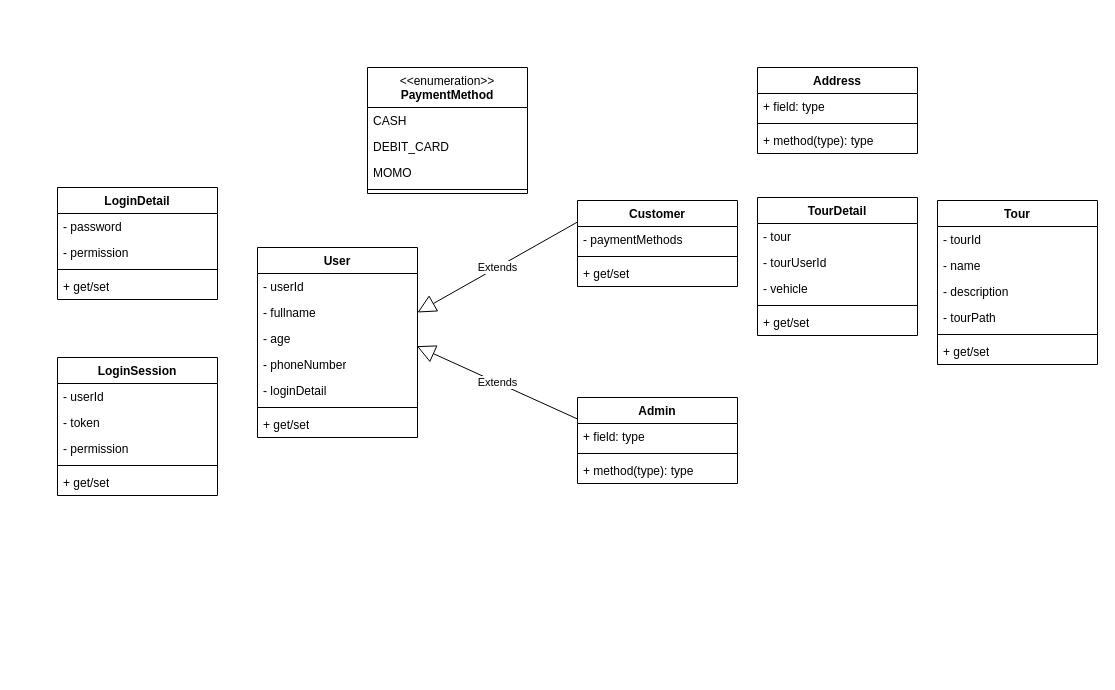
Before: page "Class Diagram (Backend)" (3 of 6) of document/diagram.drawio in BlenDMinh/SaigonTour, a draw.io diagram. Source tidied: cells renumbered, new cells numbered last; positions are measured from the earlier drawing's top-left corner, leaving out a move shared by most shapes. Both pictures are drawn from the tidied source at 100%, with x=0, y=0 at pixel (57, 67).
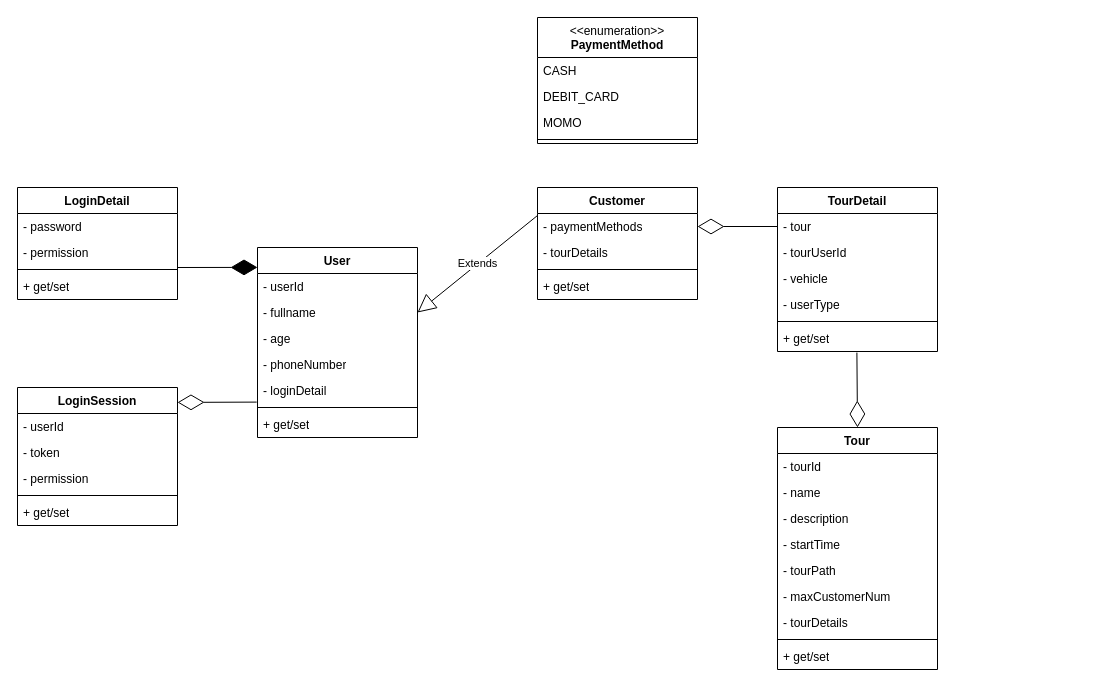
The same page after the edit.

Unchanged cells that the change refers to:
```xml
<mxCell id="35" value="- age" style="text;strokeColor=none;fillColor=none;align=left;verticalAlign=top;spacingLeft=4;spacingRight=4;overflow=hidden;points=[[0,0.5],[1,0.5]];portConstraint=eastwest;whiteSpace=wrap;html=1;" parent="32" vertex="1">
  <mxGeometry y="78" width="160" height="26" as="geometry" />
</mxCell>
```

What changed in the source:
```diff
@@
     <mxCell id="2" value="Customer" style="swimlane;fontStyle=1;align=center;verticalAlign=top;horizontal=1;startSize=26;whiteSpace=wrap;html=1;" parent="1" vertex="1">
-      <mxGeometry x="520" y="133" width="160" height="86" as="geometry" />
+      <mxGeometry x="480" y="120" width="160" height="112" as="geometry" />
     </mxCell>
@@
+    <mxCell id="53" value="- tourDetails" style="text;strokeColor=none;fillColor=none;align=left;verticalAlign=top;spacingLeft=4;spacingRight=4;overflow=hidden;whiteSpace=wrap;html=1;" parent="2" vertex="1">
+      <mxGeometry y="52" width="160" height="26" as="geometry" />
+    </mxCell>
     <mxCell id="4" style="line;strokeWidth=1;fillColor=none;align=left;verticalAlign=middle;spacingTop=-1;spacingLeft=3;spacingRight=3;labelPosition=right;strokeColor=inherit;" parent="2" vertex="1">
-      <mxGeometry y="52" width="160" height="8" as="geometry" />
+      <mxGeometry y="78" width="160" height="8" as="geometry" />
     </mxCell>
     <mxCell id="5" value="+ get/set" style="text;strokeColor=none;fillColor=none;align=left;verticalAlign=top;spacingLeft=4;spacingRight=4;overflow=hidden;whiteSpace=wrap;html=1;" parent="2" vertex="1">
-      <mxGeometry y="60" width="160" height="26" as="geometry" />
+      <mxGeometry y="86" width="160" height="26" as="geometry" />
     </mxCell>
     <mxCell id="6" value="Tour" style="swimlane;fontStyle=1;align=center;verticalAlign=top;horizontal=1;startSize=26;whiteSpace=wrap;html=1;" parent="1" vertex="1">
-      <mxGeometry x="880" y="133" width="160" height="164" as="geometry" />
+      <mxGeometry x="720" y="360" width="160" height="242" as="geometry" />
     </mxCell>
@@
+    <mxCell id="54" value="- startTime" style="text;strokeColor=none;fillColor=none;align=left;verticalAlign=top;spacingLeft=4;spacingRight=4;overflow=hidden;whiteSpace=wrap;html=1;" parent="6" vertex="1">
+      <mxGeometry y="104" width="160" height="26" as="geometry" />
+    </mxCell>
     <mxCell id="10" value="- tourPath" style="text;strokeColor=none;fillColor=none;align=left;verticalAlign=top;spacingLeft=4;spacingRight=4;overflow=hidden;whiteSpace=wrap;html=1;" parent="6" vertex="1">
-      <mxGeometry y="104" width="160" height="26" as="geometry" />
+      <mxGeometry y="130" width="160" height="26" as="geometry" />
     </mxCell>
+    <mxCell id="55" value="- maxCustomerNum" style="text;strokeColor=none;fillColor=none;align=left;verticalAlign=top;spacingLeft=4;spacingRight=4;overflow=hidden;whiteSpace=wrap;html=1;" parent="6" vertex="1">
+      <mxGeometry y="156" width="160" height="26" as="geometry" />
+    </mxCell>
+    <mxCell id="56" value="- tourDetails" style="text;strokeColor=none;fillColor=none;align=left;verticalAlign=top;spacingLeft=4;spacingRight=4;overflow=hidden;whiteSpace=wrap;html=1;" parent="6" vertex="1">
+      <mxGeometry y="182" width="160" height="26" as="geometry" />
+    </mxCell>
     <mxCell id="11" style="line;strokeWidth=1;fillColor=none;align=left;verticalAlign=middle;spacingTop=-1;spacingLeft=3;spacingRight=3;labelPosition=right;strokeColor=inherit;" parent="6" vertex="1">
-      <mxGeometry y="130" width="160" height="8" as="geometry" />
+      <mxGeometry y="208" width="160" height="8" as="geometry" />
     </mxCell>
     <mxCell id="12" value="+ get/set" style="text;strokeColor=none;fillColor=none;align=left;verticalAlign=top;spacingLeft=4;spacingRight=4;overflow=hidden;whiteSpace=wrap;html=1;" parent="6" vertex="1">
-      <mxGeometry y="138" width="160" height="26" as="geometry" />
+      <mxGeometry y="216" width="160" height="26" as="geometry" />
     </mxCell>
-    <mxCell id="13" value="Address" style="swimlane;fontStyle=1;align=center;verticalAlign=top;horizontal=1;startSize=26;whiteSpace=wrap;html=1;" parent="1" vertex="1">
-      <mxGeometry x="700" width="160" height="86" as="geometry" />
-    </mxCell>
-    <mxCell id="14" value="+ field: type" style="text;strokeColor=none;fillColor=none;align=left;verticalAlign=top;spacingLeft=4;spacingRight=4;overflow=hidden;whiteSpace=wrap;html=1;" parent="13" vertex="1">
-      <mxGeometry y="26" width="160" height="26" as="geometry" />
-    </mxCell>
-    <mxCell id="15" style="line;strokeWidth=1;fillColor=none;align=left;verticalAlign=middle;spacingTop=-1;spacingLeft=3;spacingRight=3;labelPosition=right;strokeColor=inherit;" parent="13" vertex="1">
-      <mxGeometry y="52" width="160" height="8" as="geometry" />
-    </mxCell>
-    <mxCell id="16" value="+ method(type): type" style="text;strokeColor=none;fillColor=none;align=left;verticalAlign=top;spacingLeft=4;spacingRight=4;overflow=hidden;whiteSpace=wrap;html=1;" parent="13" vertex="1">
-      <mxGeometry y="60" width="160" height="26" as="geometry" />
-    </mxCell>
-    <mxCell id="17" value="Admin" style="swimlane;fontStyle=1;align=center;verticalAlign=top;horizontal=1;startSize=26;whiteSpace=wrap;html=1;" parent="1" vertex="1">
-      <mxGeometry x="520" y="330" width="160" height="86" as="geometry" />
-    </mxCell>
-    <mxCell id="18" value="+ field: type" style="text;strokeColor=none;fillColor=none;align=left;verticalAlign=top;spacingLeft=4;spacingRight=4;overflow=hidden;whiteSpace=wrap;html=1;" parent="17" vertex="1">
-      <mxGeometry y="26" width="160" height="26" as="geometry" />
-    </mxCell>
-    <mxCell id="19" style="line;strokeWidth=1;fillColor=none;align=left;verticalAlign=middle;spacingTop=-1;spacingLeft=3;spacingRight=3;labelPosition=right;strokeColor=inherit;" parent="17" vertex="1">
-      <mxGeometry y="52" width="160" height="8" as="geometry" />
-    </mxCell>
-    <mxCell id="20" value="+ method(type): type" style="text;strokeColor=none;fillColor=none;align=left;verticalAlign=top;spacingLeft=4;spacingRight=4;overflow=hidden;whiteSpace=wrap;html=1;" parent="17" vertex="1">
-      <mxGeometry y="60" width="160" height="26" as="geometry" />
-    </mxCell>
     <mxCell id="21" value="LoginDetail" style="swimlane;fontStyle=1;align=center;verticalAlign=top;horizontal=1;startSize=26;whiteSpace=wrap;html=1;" parent="1" vertex="1">
-      <mxGeometry y="120" width="160" height="112" as="geometry" />
+      <mxGeometry x="-40" y="120" width="160" height="112" as="geometry" />
     </mxCell>
@@
     <mxCell id="26" value="LoginSession" style="swimlane;fontStyle=1;align=center;verticalAlign=top;horizontal=1;startSize=26;whiteSpace=wrap;html=1;" parent="1" vertex="1">
-      <mxGeometry y="290" width="160" height="138" as="geometry" />
+      <mxGeometry x="-40" y="320" width="160" height="138" as="geometry" />
     </mxCell>
@@
-    <mxCell id="41" value="Extends" style="endArrow=block;endSize=16;endFill=0;html=1;rounded=0;exitX=0;exitY=0.25;exitDx=0;exitDy=0;entryX=0.996;entryY=0.795;entryDx=0;entryDy=0;entryPerimeter=0;" parent="1" edge="1" source="17" target="35">
-      <mxGeometry relative="1" as="geometry" />
-    </mxCell>
     <mxCell id="42" value="TourDetail" style="swimlane;fontStyle=1;align=center;verticalAlign=top;horizontal=1;startSize=26;whiteSpace=wrap;html=1;" parent="1" vertex="1">
-      <mxGeometry x="700" y="130" width="160" height="138" as="geometry" />
+      <mxGeometry x="720" y="120" width="160" height="164" as="geometry" />
     </mxCell>
@@
+    <mxCell id="57" value="- userType" style="text;strokeColor=none;fillColor=none;align=left;verticalAlign=top;spacingLeft=4;spacingRight=4;overflow=hidden;whiteSpace=wrap;html=1;" parent="42" vertex="1">
+      <mxGeometry y="104" width="160" height="26" as="geometry" />
+    </mxCell>
     <mxCell id="46" style="line;strokeWidth=1;fillColor=none;align=left;verticalAlign=middle;spacingTop=-1;spacingLeft=3;spacingRight=3;labelPosition=right;strokeColor=inherit;" parent="42" vertex="1">
-      <mxGeometry y="104" width="160" height="8" as="geometry" />
+      <mxGeometry y="130" width="160" height="8" as="geometry" />
     </mxCell>
     <mxCell id="47" value="+ get/set" style="text;strokeColor=none;fillColor=none;align=left;verticalAlign=top;spacingLeft=4;spacingRight=4;overflow=hidden;whiteSpace=wrap;html=1;" parent="42" vertex="1">
-      <mxGeometry y="112" width="160" height="26" as="geometry" />
+      <mxGeometry y="138" width="160" height="26" as="geometry" />
     </mxCell>
     <mxCell id="48" value="&lt;span style=&quot;font-weight: normal;&quot;&gt;&amp;lt;&amp;lt;enumeration&amp;gt;&amp;gt;&lt;/span&gt;&lt;br&gt;PaymentMethod" style="swimlane;fontStyle=1;align=center;verticalAlign=top;horizontal=1;startSize=40;whiteSpace=wrap;html=1;" parent="1" vertex="1">
-      <mxGeometry x="310" width="160" height="126" as="geometry" />
+      <mxGeometry x="480" y="-50" width="160" height="126" as="geometry" />
     </mxCell>
@@
+    <mxCell id="58" style="endArrow=diamondThin;endFill=1;endSize=24;html=1;rounded=0;entryX=0;entryY=0.105;entryDx=0;entryDy=0;entryPerimeter=0;" parent="1" edge="1">
+      <mxGeometry relative="1" as="geometry">
+        <mxPoint x="120" y="200" as="sourcePoint" />
+        <mxPoint x="200" y="199.9" as="targetPoint" />
+      </mxGeometry>
+    </mxCell>
+    <mxCell id="59" style="endArrow=diamondThin;endFill=0;endSize=24;html=1;rounded=0;entryX=1;entryY=0.108;entryDx=0;entryDy=0;entryPerimeter=0;exitX=-0.005;exitY=0.948;exitDx=0;exitDy=0;exitPerimeter=0;" parent="1" edge="1">
+      <mxGeometry relative="1" as="geometry">
+        <mxPoint x="199.2" y="334.6" as="sourcePoint" />
+        <mxPoint x="120" y="334.9" as="targetPoint" />
+      </mxGeometry>
+    </mxCell>
+    <mxCell id="60" style="endArrow=diamondThin;endFill=0;endSize=24;html=1;rounded=0;entryX=1;entryY=0.5;entryDx=0;entryDy=0;exitX=0;exitY=0.5;exitDx=0;exitDy=0;" parent="1" edge="1">
+      <mxGeometry relative="1" as="geometry">
+        <mxPoint x="720" y="159" as="sourcePoint" />
+        <mxPoint x="640" y="159" as="targetPoint" />
+      </mxGeometry>
+    </mxCell>
+    <mxCell id="61" style="endArrow=diamondThin;endFill=0;endSize=24;html=1;rounded=0;entryX=0.5;entryY=0;entryDx=0;entryDy=0;exitX=0.496;exitY=1.041;exitDx=0;exitDy=0;exitPerimeter=0;" parent="1" edge="1">
+      <mxGeometry relative="1" as="geometry">
+        <mxPoint x="799.4" y="285.1" as="sourcePoint" />
+        <mxPoint x="800" y="360" as="targetPoint" />
+      </mxGeometry>
+    </mxCell>
```
